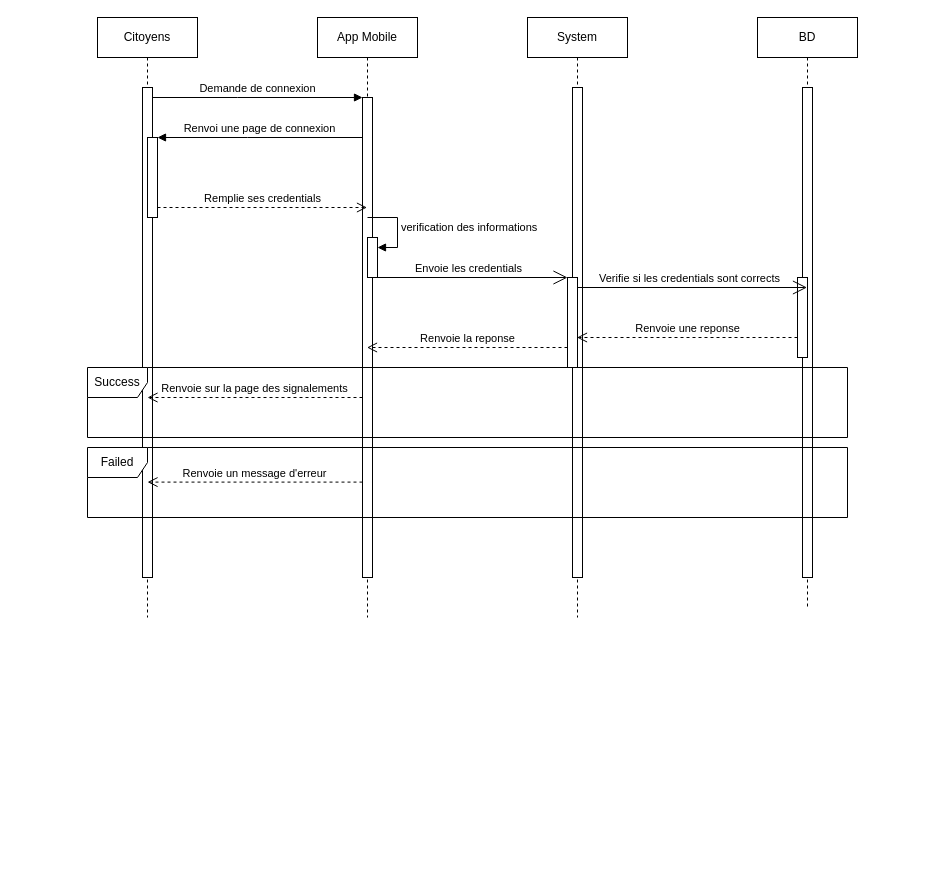
Earlier version of the draw.io diagram diagrams/SmartCite_Diagramme_sequence.drawio (VYoungui/SmartCite). Source tidied: cells renumbered, new cells numbered last; positions are measured from the earlier drawing's top-left corner, leaving out a move shared by most shapes. Both pictures are drawn from the tidied source at 100%, with x=0, y=0 at pixel (87, 17).
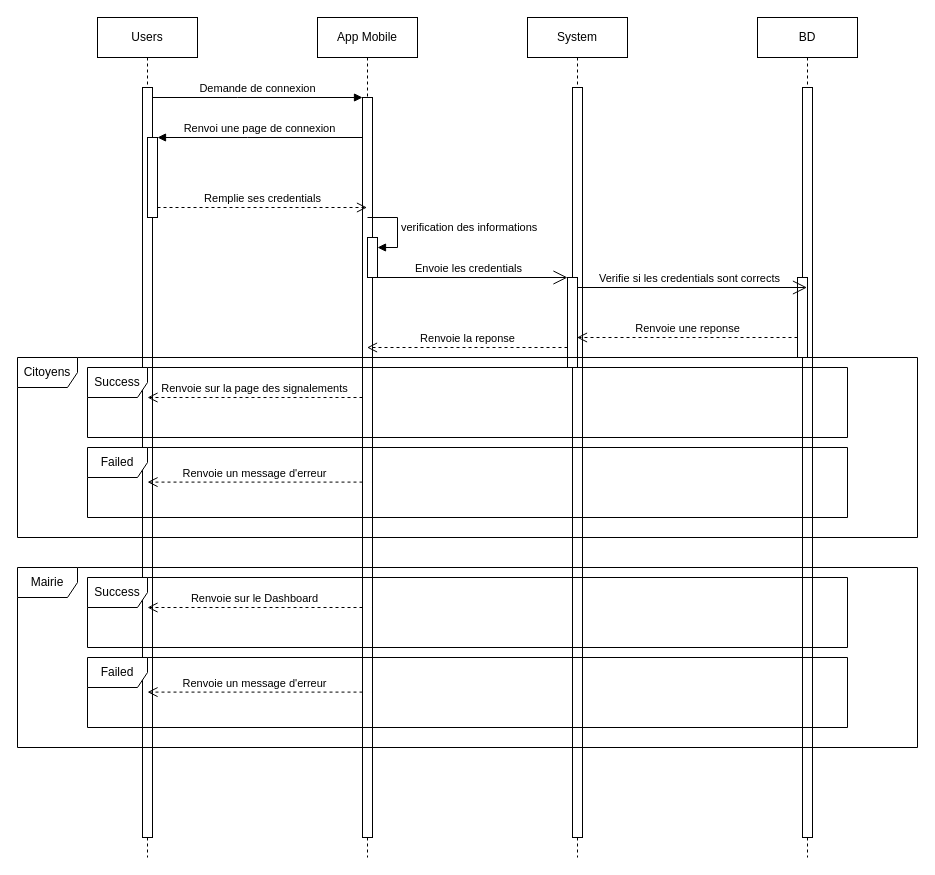
Above is the later version.

Commit message:
Mettre à jour SmartCite_Diagramme_sequence.drawio

What changed in the source:
```diff
@@
-    <mxCell id="2" value="Citoyens" style="shape=umlLifeline;perimeter=lifelinePerimeter;whiteSpace=wrap;html=1;newEdgeStyle={&quot;edgeStyle&quot;:&quot;elbowEdgeStyle&quot;,&quot;elbow&quot;:&quot;vertical&quot;,&quot;curved&quot;:0,&quot;rounded&quot;:0};" parent="1" vertex="1">
-      <mxGeometry x="10" width="100" height="600" as="geometry" />
+    <mxCell id="2" value="Users" style="shape=umlLifeline;perimeter=lifelinePerimeter;whiteSpace=wrap;html=1;newEdgeStyle={&quot;edgeStyle&quot;:&quot;elbowEdgeStyle&quot;,&quot;elbow&quot;:&quot;vertical&quot;,&quot;curved&quot;:0,&quot;rounded&quot;:0};" parent="1" vertex="1">
+      <mxGeometry x="10" width="100" height="840" as="geometry" />
     </mxCell>
     <mxCell id="3" style="html=1;points=[];perimeter=orthogonalPerimeter;outlineConnect=0;targetShapes=umlLifeline;portConstraint=eastwest;newEdgeStyle={&quot;edgeStyle&quot;:&quot;elbowEdgeStyle&quot;,&quot;elbow&quot;:&quot;vertical&quot;,&quot;curved&quot;:0,&quot;rounded&quot;:0};" parent="2" vertex="1">
-      <mxGeometry x="45" y="70" width="10" height="490" as="geometry" />
+      <mxGeometry x="45" y="70" width="10" height="750" as="geometry" />
     </mxCell>
@@
     <mxCell id="5" value="App Mobile" style="shape=umlLifeline;perimeter=lifelinePerimeter;whiteSpace=wrap;html=1;outlineConnect=0;portConstraint=eastwest;newEdgeStyle={&quot;edgeStyle&quot;:&quot;elbowEdgeStyle&quot;,&quot;elbow&quot;:&quot;vertical&quot;,&quot;curved&quot;:0,&quot;rounded&quot;:0};" parent="1" vertex="1">
-      <mxGeometry x="230" width="100" height="600" as="geometry" />
+      <mxGeometry x="230" width="100" height="840" as="geometry" />
     </mxCell>
     <mxCell id="6" style="html=1;points=[];perimeter=orthogonalPerimeter;outlineConnect=0;targetShapes=umlLifeline;portConstraint=eastwest;newEdgeStyle={&quot;edgeStyle&quot;:&quot;elbowEdgeStyle&quot;,&quot;elbow&quot;:&quot;vertical&quot;,&quot;curved&quot;:0,&quot;rounded&quot;:0};" parent="5" vertex="1">
-      <mxGeometry x="45" y="80" width="10" height="480" as="geometry" />
+      <mxGeometry x="45" y="80" width="10" height="740" as="geometry" />
     </mxCell>
@@
     <mxCell id="11" value="System" style="shape=umlLifeline;perimeter=lifelinePerimeter;whiteSpace=wrap;html=1;outlineConnect=0;portConstraint=eastwest;newEdgeStyle={&quot;edgeStyle&quot;:&quot;elbowEdgeStyle&quot;,&quot;elbow&quot;:&quot;vertical&quot;,&quot;curved&quot;:0,&quot;rounded&quot;:0};" parent="1" vertex="1">
-      <mxGeometry x="440" width="100" height="600" as="geometry" />
+      <mxGeometry x="440" width="100" height="840" as="geometry" />
     </mxCell>
     <mxCell id="12" style="html=1;perimeter=orthogonalPerimeter;targetShapes=umlLifeline;newEdgeStyle={&quot;edgeStyle&quot;:&quot;elbowEdgeStyle&quot;,&quot;elbow&quot;:&quot;vertical&quot;,&quot;curved&quot;:0,&quot;rounded&quot;:0};" parent="11" vertex="1">
-      <mxGeometry x="45" y="70" width="10" height="490" as="geometry" />
+      <mxGeometry x="45" y="70" width="10" height="750" as="geometry" />
     </mxCell>
@@
     <mxCell id="14" value="BD" style="shape=umlLifeline;perimeter=lifelinePerimeter;whiteSpace=wrap;html=1;outlineConnect=0;portConstraint=eastwest;newEdgeStyle={&quot;edgeStyle&quot;:&quot;elbowEdgeStyle&quot;,&quot;elbow&quot;:&quot;vertical&quot;,&quot;curved&quot;:0,&quot;rounded&quot;:0};" parent="1" vertex="1">
-      <mxGeometry x="670" width="100" height="590" as="geometry" />
+      <mxGeometry x="670" width="100" height="840" as="geometry" />
     </mxCell>
     <mxCell id="15" style="html=1;perimeter=orthogonalPerimeter;targetShapes=umlLifeline;newEdgeStyle={&quot;edgeStyle&quot;:&quot;elbowEdgeStyle&quot;,&quot;elbow&quot;:&quot;vertical&quot;,&quot;curved&quot;:0,&quot;rounded&quot;:0};" parent="14" vertex="1">
-      <mxGeometry x="45" y="70" width="10" height="490" as="geometry" />
+      <mxGeometry x="45" y="70" width="10" height="750" as="geometry" />
     </mxCell>
@@
+    <mxCell id="28" value="Citoyens" style="shape=umlFrame;whiteSpace=wrap;html=1;" parent="1" vertex="1">
+      <mxGeometry x="-70" y="340" width="900" height="180" as="geometry" />
+    </mxCell>
+    <mxCell id="29" value="Failed" style="shape=umlFrame;whiteSpace=wrap;html=1;" parent="1" vertex="1">
+      <mxGeometry y="640" width="760" height="70" as="geometry" />
+    </mxCell>
+    <mxCell id="30" value="Renvoie sur le Dashboard" style="html=1;verticalAlign=bottom;endArrow=open;dashed=1;endSize=8;curved=0;rounded=0;" parent="1" edge="1">
+      <mxGeometry relative="1" as="geometry">
+        <mxPoint x="275" y="590" as="sourcePoint" />
+        <mxPoint x="60" y="590" as="targetPoint" />
+      </mxGeometry>
+    </mxCell>
+    <mxCell id="31" value="Success" style="shape=umlFrame;whiteSpace=wrap;html=1;" parent="1" vertex="1">
+      <mxGeometry y="560" width="760" height="70" as="geometry" />
+    </mxCell>
+    <mxCell id="32" value="Renvoie un message d'erreur" style="html=1;verticalAlign=bottom;endArrow=open;dashed=1;endSize=8;curved=0;rounded=0;" parent="1" edge="1">
+      <mxGeometry relative="1" as="geometry">
+        <mxPoint x="275" y="674.6" as="sourcePoint" />
+        <mxPoint x="60" y="674.6" as="targetPoint" />
+      </mxGeometry>
+    </mxCell>
+    <mxCell id="33" value="Mairie" style="shape=umlFrame;whiteSpace=wrap;html=1;" parent="1" vertex="1">
+      <mxGeometry x="-70" y="550" width="900" height="180" as="geometry" />
+    </mxCell>
```
